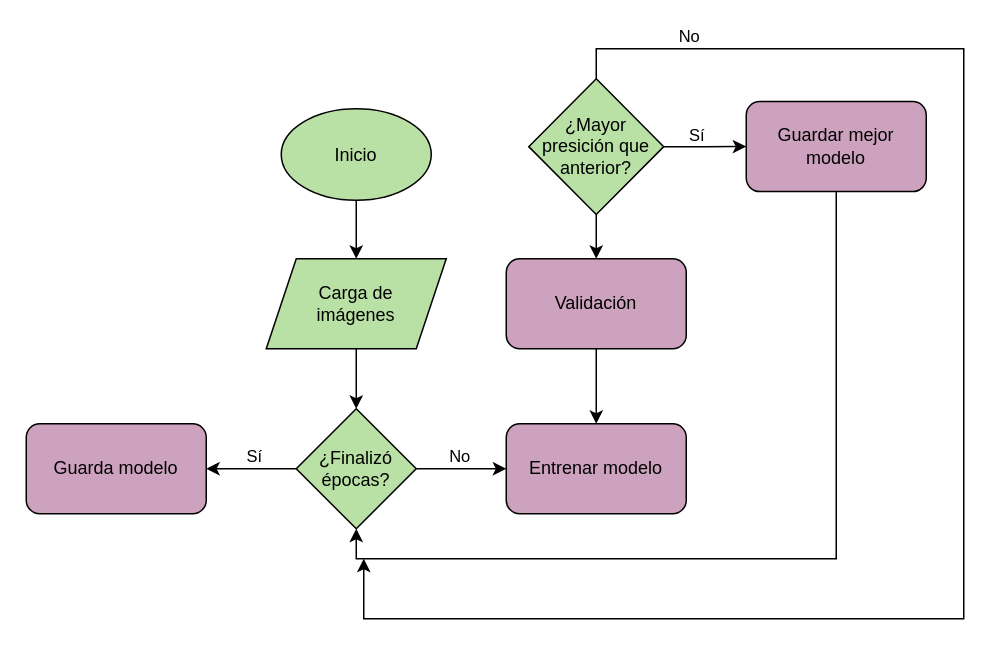
jcorea510/TFG-ANPR keeps this draw.io diagram as doc/cap1/dibujos/entrenamiento-yolo.drawio. Above is the earlier version. Source tidied: cells renumbered, new cells numbered last; positions are measured from the earlier drawing's top-left corner, leaving out a move shared by most shapes. Both pictures are drawn from the tidied source at 150%, with x=0, y=0 at pixel (26, 48).
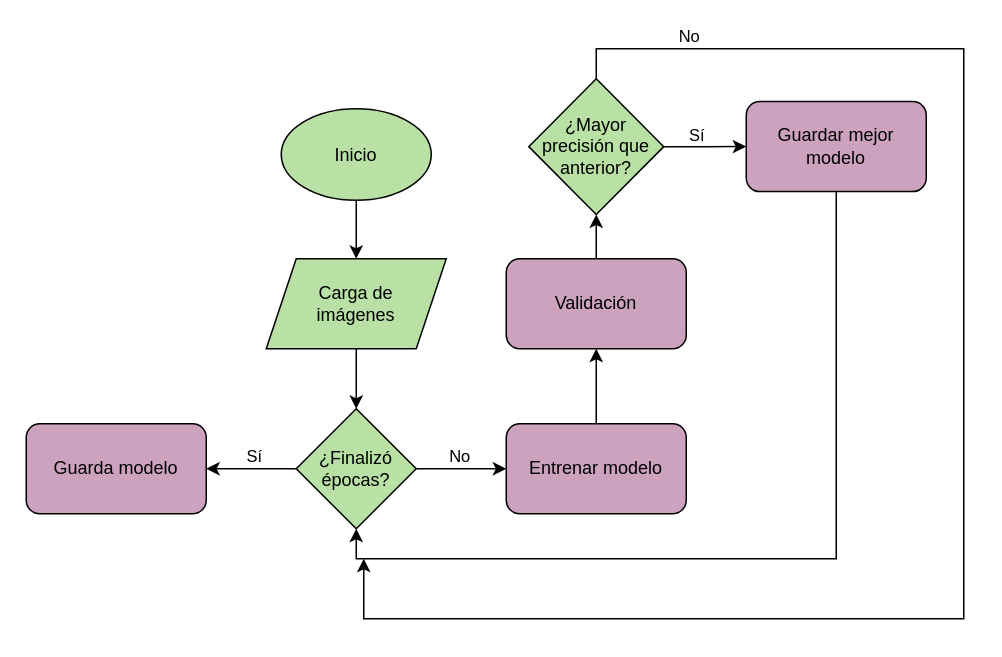
After the change.

Unchanged cells that the change refers to:
```xml
<mxCell id="12" value="&lt;font style=&quot;color: rgb(0, 0, 0);&quot;&gt;Entrenar modelo&lt;/font&gt;" style="rounded=1;whiteSpace=wrap;html=1;fillColor=#CDA2BE;strokeColor=#000000;" parent="1" vertex="1">
  <mxGeometry x="320" y="250" width="120" height="60" as="geometry" />
</mxCell>
<mxCell id="14" value="&lt;font style=&quot;color: rgb(0, 0, 0);&quot;&gt;Validación&lt;/font&gt;" style="rounded=1;whiteSpace=wrap;html=1;fillColor=#CDA2BE;strokeColor=#000000;" parent="1" vertex="1">
  <mxGeometry x="320" y="140" width="120" height="60" as="geometry" />
</mxCell>
```

Change to the diagram source:
```diff
@@
+    <mxCell id="23" style="edgeStyle=orthogonalEdgeStyle;rounded=0;jettySize=auto;html=1;entryX=0.5;entryY=1;entryDx=0;entryDy=0;" parent="1" edge="1" source="12" target="14">
+      <mxGeometry relative="1" as="geometry" />
+    </mxCell>
@@
-    <mxCell id="13" style="edgeStyle=orthogonalEdgeStyle;rounded=0;jettySize=auto;html=1;" parent="1" edge="1" source="14" target="12">
-      <mxGeometry relative="1" as="geometry" />
-    </mxCell>
+    <mxCell id="24" style="edgeStyle=orthogonalEdgeStyle;rounded=0;jettySize=auto;html=1;entryX=0.5;entryY=1;entryDx=0;entryDy=0;" parent="1" edge="1" source="14" target="20">
+      <mxGeometry relative="1" as="geometry" />
+    </mxCell>
@@
-    <mxCell id="15" style="edgeStyle=orthogonalEdgeStyle;rounded=0;jettySize=auto;html=1;" parent="1" edge="1" source="20" target="14">
-      <mxGeometry relative="1" as="geometry" />
-    </mxCell>
@@
-    <mxCell id="20" value="&lt;font style=&quot;color: rgb(0, 0, 0);&quot;&gt;¿Mayor&lt;/font&gt;&lt;div&gt;&lt;font style=&quot;color: rgb(0, 0, 0);&quot;&gt;presición que&lt;/font&gt;&lt;/div&gt;&lt;div&gt;&lt;font style=&quot;color: rgb(0, 0, 0);&quot;&gt;anterior?&lt;/font&gt;&lt;/div&gt;" style="rhombus;whiteSpace=wrap;html=1;fillColor=#B9E0A5;strokeColor=#000000;" parent="1" vertex="1">
+    <mxCell id="20" value="&lt;font style=&quot;color: rgb(0, 0, 0);&quot;&gt;¿Mayor&lt;/font&gt;&lt;div&gt;&lt;font style=&quot;color: rgb(0, 0, 0);&quot;&gt;precisión que&lt;/font&gt;&lt;/div&gt;&lt;div&gt;&lt;font style=&quot;color: rgb(0, 0, 0);&quot;&gt;anterior?&lt;/font&gt;&lt;/div&gt;" style="rhombus;whiteSpace=wrap;html=1;fillColor=#B9E0A5;strokeColor=#000000;" parent="1" vertex="1">
       <mxGeometry x="335" y="20" width="90" height="90.5" as="geometry" />
     </mxCell>
```
